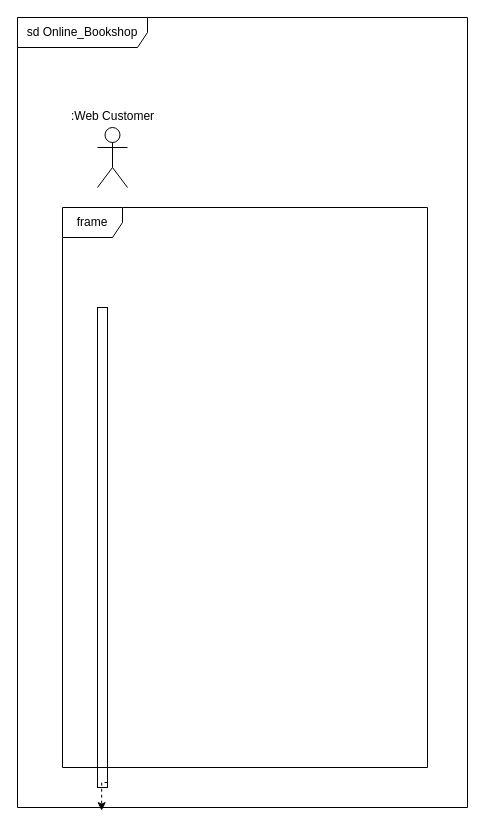
Above: Sequence Diagram.drawio in TrgPhan/OOAD-IAI-2025-by-Phan-Quang-Truong-K68AAI1 (draw.io), before the change. Source tidied: cells renumbered, new cells numbered last; positions are measured from the earlier drawing's top-left corner, leaving out a move shared by most shapes. Both pictures are drawn from the tidied source at 100%, with x=0, y=0 at pixel (17, 17).
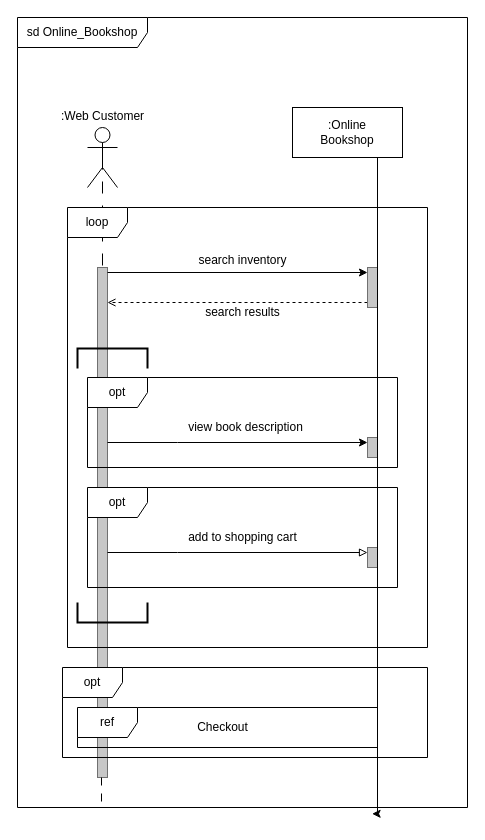
Above is the later version.

The change refers to these unchanged cells:
```xml
<mxCell id="2" value="sd Online_Bookshop" style="shape=umlFrame;whiteSpace=wrap;html=1;width=130;height=30;" parent="1" vertex="1">
  <mxGeometry width="450" height="790" as="geometry" />
</mxCell>
```

Change to the diagram source:
```diff
@@
+    <mxCell id="7" style="edgeStyle=orthogonalEdgeStyle;rounded=0;jettySize=auto;html=1;exitX=0.5;exitY=0.5;exitDx=0;exitDy=0;exitPerimeter=0;endArrow=none;startFill=0;dashed=1;dashPattern=12 12;" parent="1" edge="1" source="3" target="4">
+      <mxGeometry relative="1" as="geometry">
+        <Array as="points">
+          <mxPoint x="85" y="290" />
+          <mxPoint x="85" y="290" />
+        </Array>
+      </mxGeometry>
+    </mxCell>
     <mxCell id="3" value=":Web Customer" style="shape=umlActor;verticalLabelPosition=bottom;verticalAlign=top;html=1;spacingTop=-85;" parent="1" vertex="1">
-      <mxGeometry x="80" y="110" width="30" height="60" as="geometry" />
+      <mxGeometry x="70" y="110" width="30" height="60" as="geometry" />
     </mxCell>
-    <mxCell id="4" style="html=1;points=[[0,0,0,0,5],[0,1,0,0,-5],[1,0,0,0,5],[1,1,0,0,-5]];perimeter=orthogonalPerimeter;outlineConnect=0;targetShapes=umlLifeline;portConstraint=eastwest;newEdgeStyle={&quot;curved&quot;:0,&quot;rounded&quot;:0};" parent="1" vertex="1">
-      <mxGeometry x="80" y="290" width="10" height="480" as="geometry" />
+    <mxCell id="4" style="html=1;points=[[0,0,0,0,5],[0,1,0,0,-5],[1,0,0,0,5],[1,1,0,0,-5]];perimeter=orthogonalPerimeter;outlineConnect=0;targetShapes=umlLifeline;portConstraint=eastwest;newEdgeStyle={&quot;curved&quot;:0,&quot;rounded&quot;:0};fillColor=light-dark(#c7c7c7, #ededed);strokeColor=light-dark(#707070, #ededed);" parent="1" vertex="1">
+      <mxGeometry x="80" y="250" width="10" height="510" as="geometry" />
     </mxCell>
-    <mxCell id="5" value="frame" style="shape=umlFrame;whiteSpace=wrap;html=1;" parent="1" vertex="1">
-      <mxGeometry x="45" y="190" width="365" height="560" as="geometry" />
+    <mxCell id="5" value="loop" style="shape=umlFrame;whiteSpace=wrap;html=1;" parent="1" vertex="1">
+      <mxGeometry x="50" y="190" width="360" height="440" as="geometry" />
     </mxCell>
-    <mxCell id="6" style="edgeStyle=orthogonalEdgeStyle;rounded=0;jettySize=auto;html=1;curved=0;exitX=1;exitY=1;exitDx=0;exitDy=-5;exitPerimeter=0;entryX=0.187;entryY=1.004;entryDx=0;entryDy=0;entryPerimeter=0;dashed=1;" parent="1" edge="1" source="4" target="2">
-      <mxGeometry relative="1" as="geometry" />
-    </mxCell>
+    <mxCell id="8" style="html=1;verticalAlign=bottom;endArrow=none;dashed=1;endSize=8;curved=0;rounded=0;startFill=0;dashPattern=8 8;" parent="1" edge="1" source="4">
+      <mxGeometry x="-0.28" y="16" relative="1" as="geometry">
+        <mxPoint x="84" y="790" as="targetPoint" />
+      </mxGeometry>
+    </mxCell>
+    <mxCell id="9" value="opt" style="shape=umlFrame;whiteSpace=wrap;html=1;" parent="1" vertex="1">
+      <mxGeometry x="70" y="360" width="310" height="90" as="geometry" />
+    </mxCell>
+    <mxCell id="10" value="opt" style="shape=umlFrame;whiteSpace=wrap;html=1;" parent="1" vertex="1">
+      <mxGeometry x="70" y="470" width="310" height="100" as="geometry" />
+    </mxCell>
+    <mxCell id="11" value="opt" style="shape=umlFrame;whiteSpace=wrap;html=1;" parent="1" vertex="1">
+      <mxGeometry x="45" y="650" width="365" height="90" as="geometry" />
+    </mxCell>
+    <mxCell id="12" value="ref" style="shape=umlFrame;whiteSpace=wrap;html=1;" parent="1" vertex="1">
+      <mxGeometry x="60" y="690" width="300" height="40" as="geometry" />
+    </mxCell>
+    <mxCell id="13" value="Checkout" style="text;html=1;align=center;verticalAlign=middle;strokeColor=none;fillColor=none;" parent="1" vertex="1">
+      <mxGeometry x="170" y="695" width="70" height="30" as="geometry" />
+    </mxCell>
+    <mxCell id="14" value=":Online&lt;div&gt;Bookshop&lt;/div&gt;" style="html=1;whiteSpace=wrap;" parent="1" vertex="1">
+      <mxGeometry x="275" y="90" width="110" height="50" as="geometry" />
+    </mxCell>
+    <mxCell id="15" style="edgeStyle=orthogonalEdgeStyle;rounded=0;jettySize=auto;html=1;curved=0;exitX=0;exitY=1;exitDx=0;exitDy=-5;exitPerimeter=0;dashed=1;endArrow=open;endFill=0;" parent="1" edge="1" source="16" target="4">
+      <mxGeometry relative="1" as="geometry">
+        <Array as="points">
+          <mxPoint x="160" y="285" />
+          <mxPoint x="160" y="285" />
+        </Array>
+      </mxGeometry>
+    </mxCell>
+    <mxCell id="16" style="html=1;points=[[0,0,0,0,5],[0,1,0,0,-5],[1,0,0,0,5],[1,1,0,0,-5]];perimeter=orthogonalPerimeter;outlineConnect=0;targetShapes=umlLifeline;portConstraint=eastwest;newEdgeStyle={&quot;curved&quot;:0,&quot;rounded&quot;:0};fillColor=light-dark(#c7c7c7, #ededed);strokeColor=light-dark(#707070, #ededed);" parent="1" vertex="1">
+      <mxGeometry x="350" y="250" width="10" height="40" as="geometry" />
+    </mxCell>
+    <mxCell id="17" style="edgeStyle=orthogonalEdgeStyle;rounded=0;jettySize=auto;html=1;curved=0;exitX=1;exitY=0;exitDx=0;exitDy=5;exitPerimeter=0;entryX=0;entryY=0;entryDx=0;entryDy=5;entryPerimeter=0;" parent="1" edge="1" source="4" target="16">
+      <mxGeometry relative="1" as="geometry" />
+    </mxCell>
+    <mxCell id="18" value="search inventory" style="text;html=1;align=center;verticalAlign=middle;strokeColor=none;fillColor=none;" parent="1" vertex="1">
+      <mxGeometry x="170" y="228" width="110" height="30" as="geometry" />
+    </mxCell>
+    <mxCell id="19" value="search results" style="text;html=1;align=center;verticalAlign=middle;strokeColor=none;fillColor=none;" parent="1" vertex="1">
+      <mxGeometry x="175" y="280" width="100" height="30" as="geometry" />
+    </mxCell>
+    <mxCell id="20" style="strokeWidth=2;html=1;shape=mxgraph.flowchart.annotation_1;align=left;rotation=90;" parent="1" vertex="1">
+      <mxGeometry x="85" y="306" width="20" height="70" as="geometry" />
+    </mxCell>
+    <mxCell id="21" style="strokeWidth=2;html=1;shape=mxgraph.flowchart.annotation_1;align=left;rotation=-90;" parent="1" vertex="1">
+      <mxGeometry x="85" y="560" width="20" height="70" as="geometry" />
+    </mxCell>
+    <mxCell id="22" style="html=1;points=[[0,0,0,0,5],[0,1,0,0,-5],[1,0,0,0,5],[1,1,0,0,-5]];perimeter=orthogonalPerimeter;outlineConnect=0;targetShapes=umlLifeline;portConstraint=eastwest;newEdgeStyle={&quot;curved&quot;:0,&quot;rounded&quot;:0};fillColor=light-dark(#c7c7c7, #ededed);strokeColor=light-dark(#707070, #ededed);" parent="1" vertex="1">
+      <mxGeometry x="350" y="420" width="10" height="20" as="geometry" />
+    </mxCell>
+    <mxCell id="23" style="edgeStyle=orthogonalEdgeStyle;rounded=0;jettySize=auto;html=1;curved=0;exitX=0;exitY=0;exitDx=0;exitDy=5;exitPerimeter=0;endArrow=none;startFill=1;startArrow=classic;" parent="1" edge="1" source="22" target="4">
+      <mxGeometry relative="1" as="geometry">
+        <Array as="points">
+          <mxPoint x="160" y="425" />
+          <mxPoint x="160" y="425" />
+        </Array>
+      </mxGeometry>
+    </mxCell>
+    <mxCell id="24" value="view book description" style="text;html=1;align=center;verticalAlign=middle;strokeColor=none;fillColor=none;" parent="1" vertex="1">
+      <mxGeometry x="157.5" y="395" width="140" height="30" as="geometry" />
+    </mxCell>
+    <mxCell id="25" style="edgeStyle=orthogonalEdgeStyle;rounded=0;jettySize=auto;html=1;curved=0;exitX=0;exitY=0;exitDx=0;exitDy=5;exitPerimeter=0;startArrow=block;startFill=0;endArrow=none;" parent="1" edge="1" source="26" target="4">
+      <mxGeometry relative="1" as="geometry">
+        <Array as="points">
+          <mxPoint x="160" y="535" />
+          <mxPoint x="160" y="535" />
+        </Array>
+      </mxGeometry>
+    </mxCell>
+    <mxCell id="26" style="html=1;points=[[0,0,0,0,5],[0,1,0,0,-5],[1,0,0,0,5],[1,1,0,0,-5]];perimeter=orthogonalPerimeter;outlineConnect=0;targetShapes=umlLifeline;portConstraint=eastwest;newEdgeStyle={&quot;curved&quot;:0,&quot;rounded&quot;:0};fillColor=light-dark(#c7c7c7, #ededed);strokeColor=light-dark(#707070, #ededed);" parent="1" vertex="1">
+      <mxGeometry x="350" y="530" width="10" height="20" as="geometry" />
+    </mxCell>
+    <mxCell id="27" value="add to shopping cart" style="text;html=1;align=center;verticalAlign=middle;strokeColor=none;fillColor=none;" parent="1" vertex="1">
+      <mxGeometry x="160" y="505" width="130" height="30" as="geometry" />
+    </mxCell>
+    <mxCell id="28" style="edgeStyle=orthogonalEdgeStyle;rounded=0;jettySize=auto;html=1;entryX=0.788;entryY=1.008;entryDx=0;entryDy=0;entryPerimeter=0;" parent="1" edge="1" target="2">
+      <mxGeometry relative="1" as="geometry">
+        <mxPoint x="360" y="140" as="sourcePoint" />
+        <Array as="points">
+          <mxPoint x="360" y="796" />
+        </Array>
+      </mxGeometry>
+    </mxCell>
```
